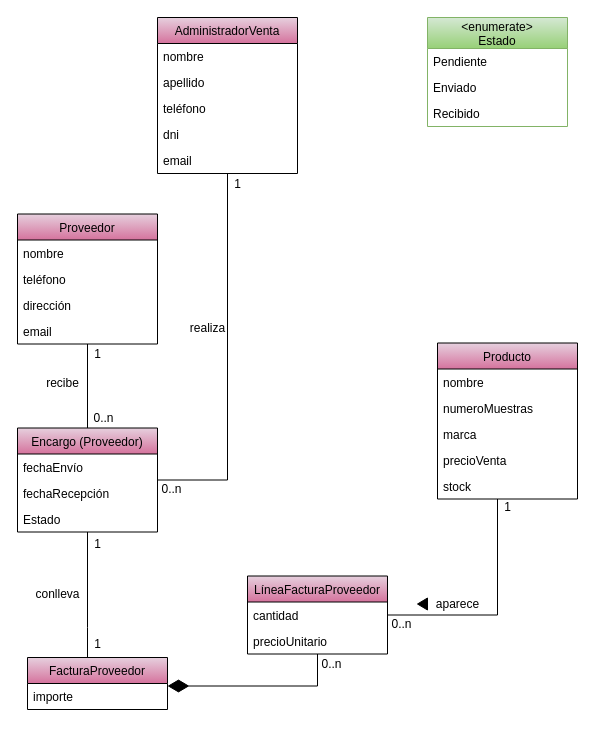
Above: page "Proveedores" (2 of 4) of Recursos/Diagrama UML IR.drawio in Jesusjbs/clinicaDental-ir (draw.io), before the change. Source tidied: cells renumbered, new cells numbered last; positions are measured from the earlier drawing's top-left corner, leaving out a move shared by most shapes. Both pictures are drawn from the tidied source at 100%, with x=0, y=0 at pixel (17, 17).
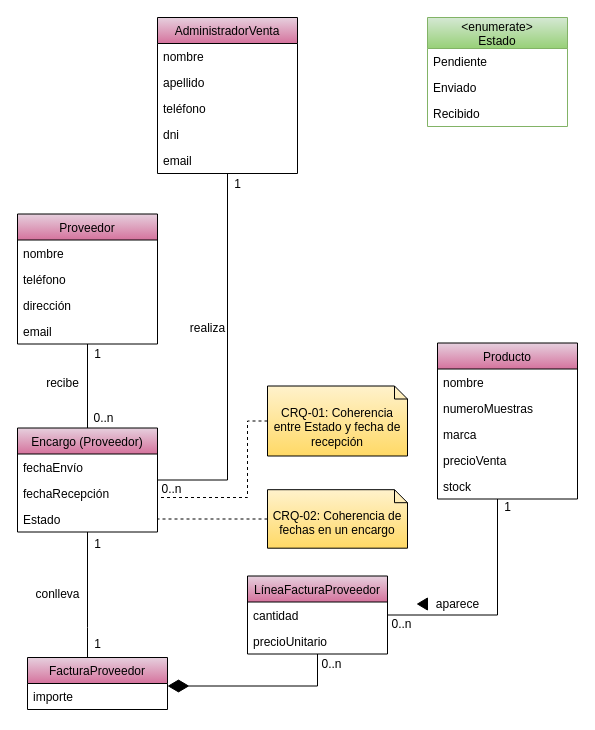
The same diagram, later.

The change refers to these unchanged cells:
```xml
<mxCell id="18" value="Encargo (Proveedor)" style="swimlane;fontStyle=0;horizontal=1;startSize=26;fillColor=#E6D0DE;gradientColor=#D5739D;" parent="1" vertex="1">
  <mxGeometry y="410.5" width="140" height="104" as="geometry" />
</mxCell>
<mxCell id="21" value="Estado" style="text;strokeColor=none;fillColor=none;align=left;verticalAlign=top;spacingLeft=4;spacingRight=4;overflow=hidden;points=[[0,0.5],[1,0.5]];portConstraint=eastwest;" parent="18" vertex="1">
  <mxGeometry y="78" width="140" height="26" as="geometry" />
</mxCell>
```

The edit, as a diff of the source:
```diff
@@
+    <mxCell id="51" style="edgeStyle=orthogonalEdgeStyle;rounded=0;jettySize=auto;html=1;dashed=1;endArrow=none;endFill=0;fillColor=#e3c800;strokeWidth=1;jumpSize=4;startSize=6;endSize=6;" parent="1" edge="1" source="52" target="18">
+      <mxGeometry relative="1" as="geometry">
+        <Array as="points">
+          <mxPoint x="230" y="404" />
+          <mxPoint x="230" y="480" />
+        </Array>
+      </mxGeometry>
+    </mxCell>
+    <mxCell id="52" value="CRQ-01:&amp;nbsp;Coherencia entre Estado y fecha de recepción" style="shape=note2;boundedLbl=1;whiteSpace=wrap;html=1;size=13;verticalAlign=top;align=center;fillColor=#fff2cc;gradientColor=#ffd966;" parent="1" vertex="1">
+      <mxGeometry x="250" y="368.5" width="140" height="70" as="geometry" />
+    </mxCell>
+    <mxCell id="53" style="edgeStyle=orthogonalEdgeStyle;rounded=0;jumpSize=3;jettySize=auto;html=1;dashed=1;startSize=6;endArrow=none;endFill=0;endSize=6;strokeColor=#000000;strokeWidth=1;" parent="1" edge="1" source="54" target="21">
+      <mxGeometry relative="1" as="geometry">
+        <Array as="points">
+          <mxPoint x="200" y="502" />
+          <mxPoint x="200" y="502" />
+        </Array>
+      </mxGeometry>
+    </mxCell>
+    <mxCell id="54" value="CRQ-02:&amp;nbsp;Coherencia de fechas en un encargo" style="shape=note2;boundedLbl=1;whiteSpace=wrap;html=1;size=13;verticalAlign=top;align=center;fillColor=#fff2cc;gradientColor=#ffd966;" parent="1" vertex="1">
+      <mxGeometry x="250" y="472.2" width="140" height="58.5" as="geometry" />
+    </mxCell>
```
